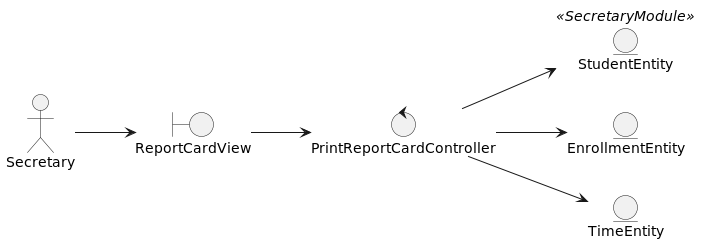
Earlier version of the PlantUML export out/DesignView/AnalysisView/UseCaseAnalysis/CU29.PrintReportCardByStudent/Classes.CU29.Analysis.png (wsmcbl/wsmcbl.doc).
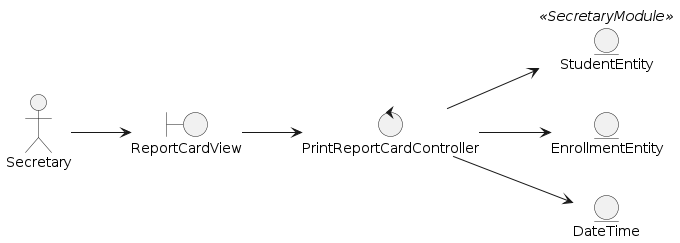
Above is the later version.

Diff of the diagram source:
```diff
@@ -9,7 +9,7 @@
 
 entity StudentEntity<<SecretaryModule>>
 entity EnrollmentEntity
-entity TimeEntity
+entity DateTime
 
 Secretary --> ReportCardView
 
@@ -18,6 +18,6 @@
 
 PrintReportCardController --> StudentEntity
 PrintReportCardController --> EnrollmentEntity
-PrintReportCardController --> TimeEntity
+PrintReportCardController --> DateTime
 
 @enduml
```
